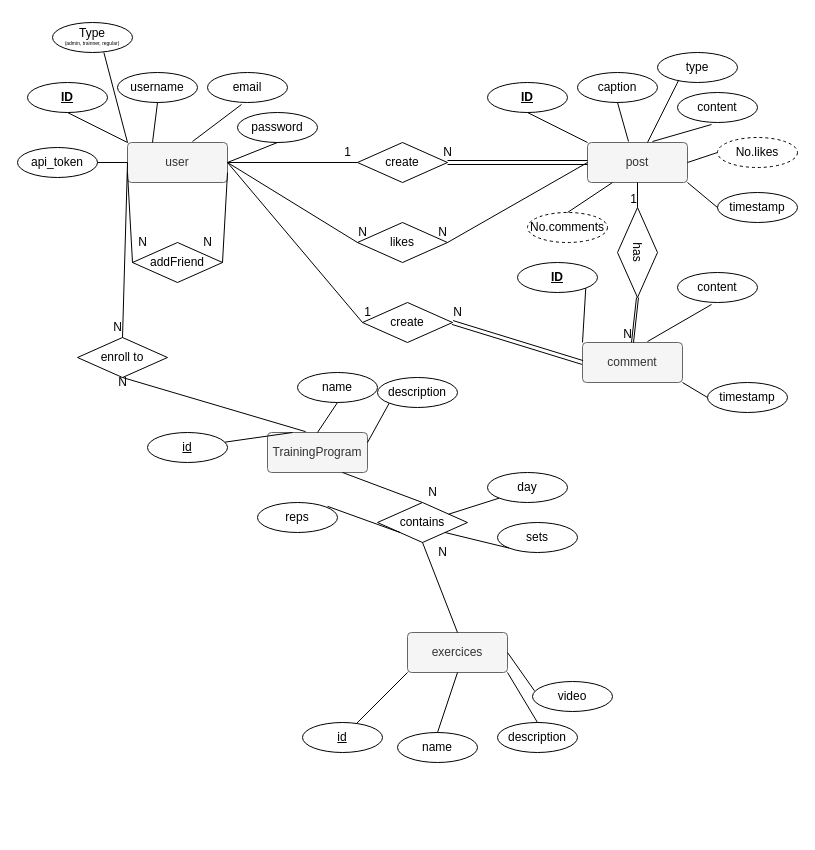
MohammadEssam0/database-related-things keeps this draw.io diagram as ER diagram.drawio. Above is the earlier version. Source tidied: cells renumbered, new cells numbered last; positions are measured from the earlier drawing's top-left corner, leaving out a move shared by most shapes. Both pictures are drawn from the tidied source at 100%, with x=0, y=0 at pixel (17, 22).
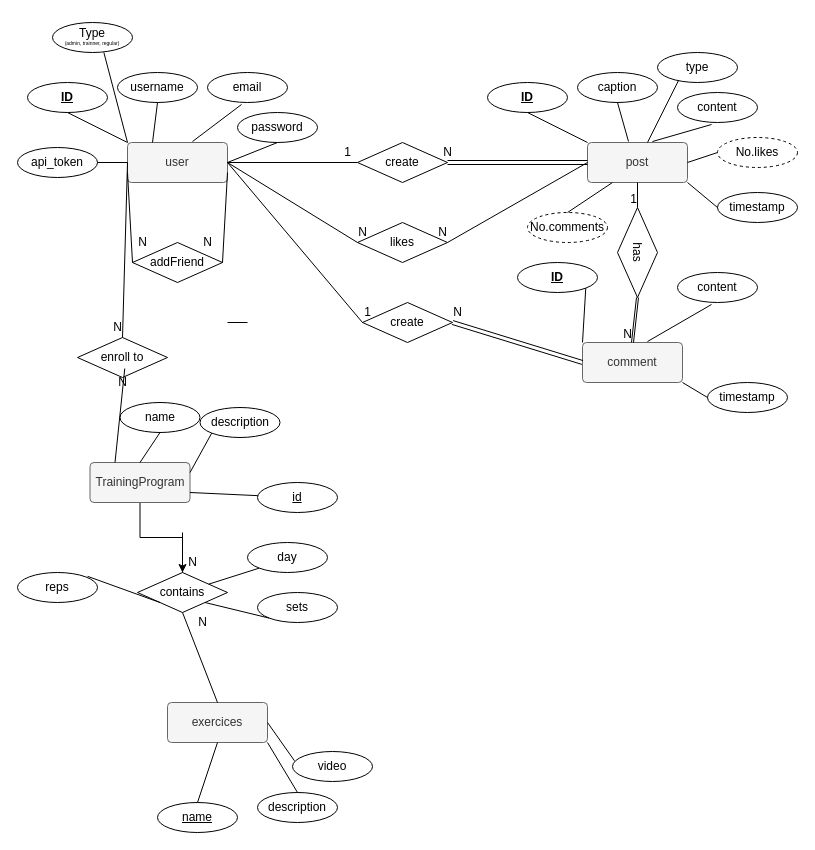
The same diagram, later.

Unchanged cells that the change refers to:
```xml
<mxCell id="78" value="&lt;div&gt;enroll to&lt;/div&gt;" style="shape=rhombus;perimeter=rhombusPerimeter;whiteSpace=wrap;html=1;align=center;" parent="1" vertex="1">
  <mxGeometry x="60" y="315" width="90" height="40" as="geometry" />
</mxCell>
<mxCell id="90" value="N" style="text;html=1;align=center;verticalAlign=middle;points=[];strokeColor=none;fillColor=none;rotation=0;" parent="1" vertex="1">
  <mxGeometry x="95" y="350" width="20" height="20" as="geometry" />
</mxCell>
```

Diff of the diagram source:
```diff
@@
+    <mxCell id="94" style="edgeStyle=orthogonalEdgeStyle;rounded=0;jettySize=auto;html=1;" parent="1" edge="1" source="53" target="69">
+      <mxGeometry relative="1" as="geometry" />
+    </mxCell>
     <mxCell id="53" value="&lt;div&gt;TrainingProgram&lt;/div&gt;" style="rounded=1;arcSize=10;whiteSpace=wrap;html=1;align=center;fillColor=#f5f5f5;fontColor=#333333;strokeColor=#666666;" parent="1" vertex="1">
-      <mxGeometry x="250" y="410" width="100" height="40" as="geometry" />
+      <mxGeometry x="72.5" y="440" width="100" height="40" as="geometry" />
     </mxCell>
     <mxCell id="54" value="&lt;u&gt;id&lt;/u&gt;" style="ellipse;whiteSpace=wrap;html=1;align=center;" parent="1" vertex="1">
-      <mxGeometry x="130" y="410" width="80" height="30" as="geometry" />
+      <mxGeometry x="240" y="460" width="80" height="30" as="geometry" />
     </mxCell>
-    <mxCell id="55" style="endArrow=none;html=1;rounded=0;entryX=0.25;entryY=0;entryDx=0;entryDy=0;" parent="1" edge="1" source="54" target="53">
+    <mxCell id="55" style="endArrow=none;html=1;rounded=0;entryX=1;entryY=0.75;entryDx=0;entryDy=0;" parent="1" edge="1" source="54" target="53">
       <mxGeometry relative="1" as="geometry" />
     </mxCell>
     <mxCell id="56" value="name" style="ellipse;whiteSpace=wrap;html=1;align=center;" parent="1" vertex="1">
-      <mxGeometry x="280" y="350" width="80" height="30" as="geometry" />
+      <mxGeometry x="102.5" y="380" width="80" height="30" as="geometry" />
     </mxCell>
@@
     <mxCell id="58" value="description" style="ellipse;whiteSpace=wrap;html=1;align=center;" parent="1" vertex="1">
-      <mxGeometry x="360" y="355" width="80" height="30" as="geometry" />
+      <mxGeometry x="182.5" y="385" width="80" height="30" as="geometry" />
     </mxCell>
@@
     <mxCell id="60" value="exercices" style="rounded=1;arcSize=10;whiteSpace=wrap;html=1;align=center;fillColor=#f5f5f5;fontColor=#333333;strokeColor=#666666;" parent="1" vertex="1">
-      <mxGeometry x="390" y="610" width="100" height="40" as="geometry" />
+      <mxGeometry x="150" y="680" width="100" height="40" as="geometry" />
     </mxCell>
-    <mxCell id="61" value="&lt;u&gt;id&lt;/u&gt;" style="ellipse;whiteSpace=wrap;html=1;align=center;" parent="1" vertex="1">
-      <mxGeometry x="285" y="700" width="80" height="30" as="geometry" />
-    </mxCell>
-    <mxCell id="62" style="endArrow=none;html=1;rounded=0;entryX=0;entryY=1;entryDx=0;entryDy=0;" parent="1" edge="1" source="61" target="60">
-      <mxGeometry relative="1" as="geometry" />
-    </mxCell>
-    <mxCell id="63" value="name" style="ellipse;whiteSpace=wrap;html=1;align=center;" parent="1" vertex="1">
-      <mxGeometry x="380" y="710" width="80" height="30" as="geometry" />
+    <mxCell id="63" value="&lt;u&gt;name&lt;/u&gt;" style="ellipse;whiteSpace=wrap;html=1;align=center;" parent="1" vertex="1">
+      <mxGeometry x="140" y="780" width="80" height="30" as="geometry" />
     </mxCell>
@@
     <mxCell id="65" value="description" style="ellipse;whiteSpace=wrap;html=1;align=center;" parent="1" vertex="1">
-      <mxGeometry x="480" y="700" width="80" height="30" as="geometry" />
+      <mxGeometry x="240" y="770" width="80" height="30" as="geometry" />
     </mxCell>
@@
     <mxCell id="67" value="video" style="ellipse;whiteSpace=wrap;html=1;align=center;" parent="1" vertex="1">
-      <mxGeometry x="515" y="659" width="80" height="30" as="geometry" />
+      <mxGeometry x="275" y="729" width="80" height="30" as="geometry" />
     </mxCell>
@@
     <mxCell id="69" value="&lt;div&gt;contains&lt;/div&gt;" style="shape=rhombus;perimeter=rhombusPerimeter;whiteSpace=wrap;html=1;align=center;" parent="1" vertex="1">
-      <mxGeometry x="360" y="480" width="90" height="40" as="geometry" />
+      <mxGeometry x="120" y="550" width="90" height="40" as="geometry" />
     </mxCell>
-    <mxCell id="70" style="endArrow=none;html=1;rounded=0;entryX=0.5;entryY=0;entryDx=0;entryDy=0;exitX=0.75;exitY=1;exitDx=0;exitDy=0;" parent="1" edge="1" source="53" target="69">
-      <mxGeometry relative="1" as="geometry" />
+    <mxCell id="70" style="endArrow=none;html=1;rounded=0;entryX=0.5;entryY=0;entryDx=0;entryDy=0;" parent="1" edge="1" target="69">
+      <mxGeometry relative="1" as="geometry">
+        <mxPoint x="165" y="510" as="sourcePoint" />
+      </mxGeometry>
     </mxCell>
@@
     <mxCell id="72" value="day" style="ellipse;whiteSpace=wrap;html=1;align=center;" parent="1" vertex="1">
-      <mxGeometry x="470" y="450" width="80" height="30" as="geometry" />
+      <mxGeometry x="230" y="520" width="80" height="30" as="geometry" />
     </mxCell>
@@
     <mxCell id="74" value="sets" style="ellipse;whiteSpace=wrap;html=1;align=center;" parent="1" vertex="1">
-      <mxGeometry x="480" y="500" width="80" height="30" as="geometry" />
+      <mxGeometry x="240" y="570" width="80" height="30" as="geometry" />
     </mxCell>
@@
     <mxCell id="76" value="reps" style="ellipse;whiteSpace=wrap;html=1;align=center;" parent="1" vertex="1">
-      <mxGeometry x="240" y="480" width="80" height="30" as="geometry" />
+      <mxGeometry y="550" width="80" height="30" as="geometry" />
     </mxCell>
@@
-    <mxCell id="82" style="endArrow=none;html=1;rounded=0;exitX=0.5;exitY=1;exitDx=0;exitDy=0;entryX=0.382;entryY=-0.021;entryDx=0;entryDy=0;entryPerimeter=0;" parent="1" edge="1" source="78" target="53">
-      <mxGeometry relative="1" as="geometry" />
+    <mxCell id="82" style="endArrow=none;html=1;rounded=0;" parent="1" edge="1">
+      <mxGeometry relative="1" as="geometry">
+        <mxPoint x="230" y="300" as="sourcePoint" />
+        <mxPoint x="210" y="300" as="targetPoint" />
+      </mxGeometry>
     </mxCell>
@@
     <mxCell id="91" value="N" style="text;html=1;align=center;verticalAlign=middle;strokeColor=none;fillColor=none;rotation=0;" parent="1" vertex="1">
-      <mxGeometry x="405" y="460" width="20" height="20" as="geometry" />
+      <mxGeometry x="165" y="530" width="20" height="20" as="geometry" />
     </mxCell>
     <mxCell id="92" value="N" style="text;html=1;align=center;verticalAlign=middle;strokeColor=none;fillColor=none;rotation=0;" parent="1" vertex="1">
-      <mxGeometry x="415" y="520" width="20" height="20" as="geometry" />
+      <mxGeometry x="175" y="590" width="20" height="20" as="geometry" />
     </mxCell>
@@
+    <mxCell id="95" style="endArrow=none;html=1;rounded=0;entryX=0.25;entryY=0;entryDx=0;entryDy=0;exitX=0.614;exitY=-0.2;exitDx=0;exitDy=0;exitPerimeter=0;" parent="1" edge="1" source="90" target="53">
+      <mxGeometry relative="1" as="geometry" />
+    </mxCell>
```
